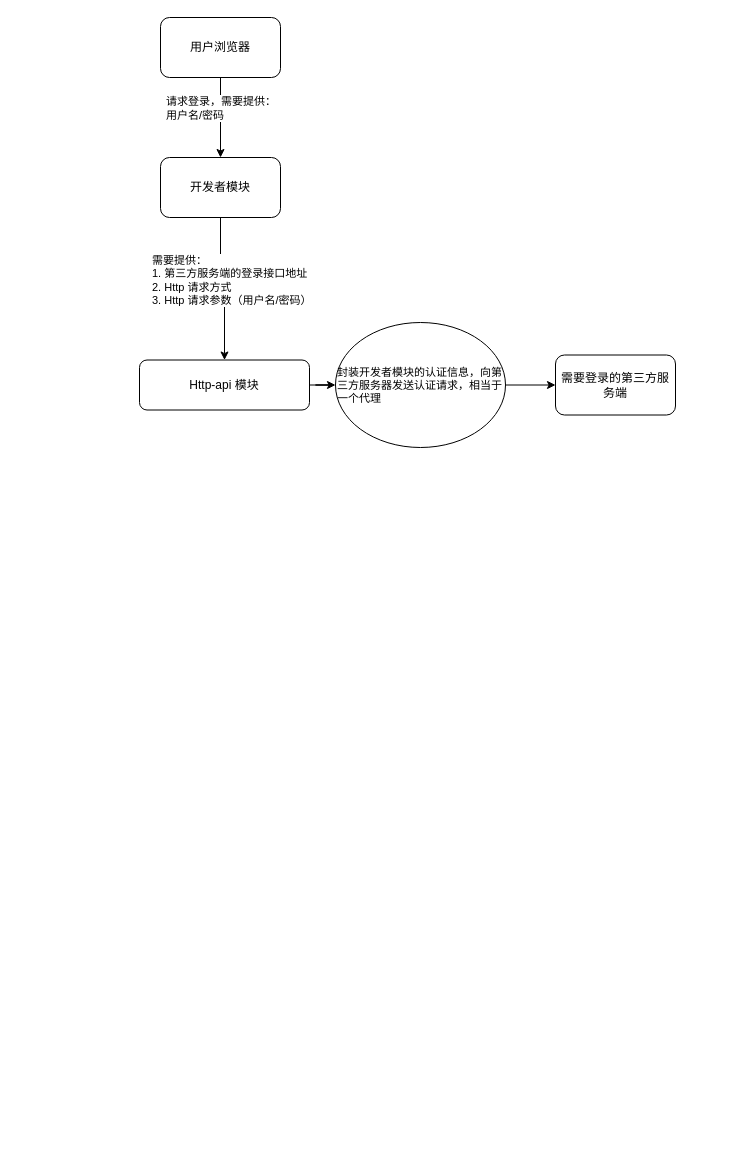
Mvbbb/draw.io-diagrams keeps this draw.io diagram as http-api-design.drawio. Above is the earlier version. Source tidied: cells renumbered, new cells numbered last; positions are measured from the earlier drawing's top-left corner, leaving out a move shared by most shapes. Both pictures are drawn from the tidied source at 100%, with x=0, y=0 at pixel (139, 17).
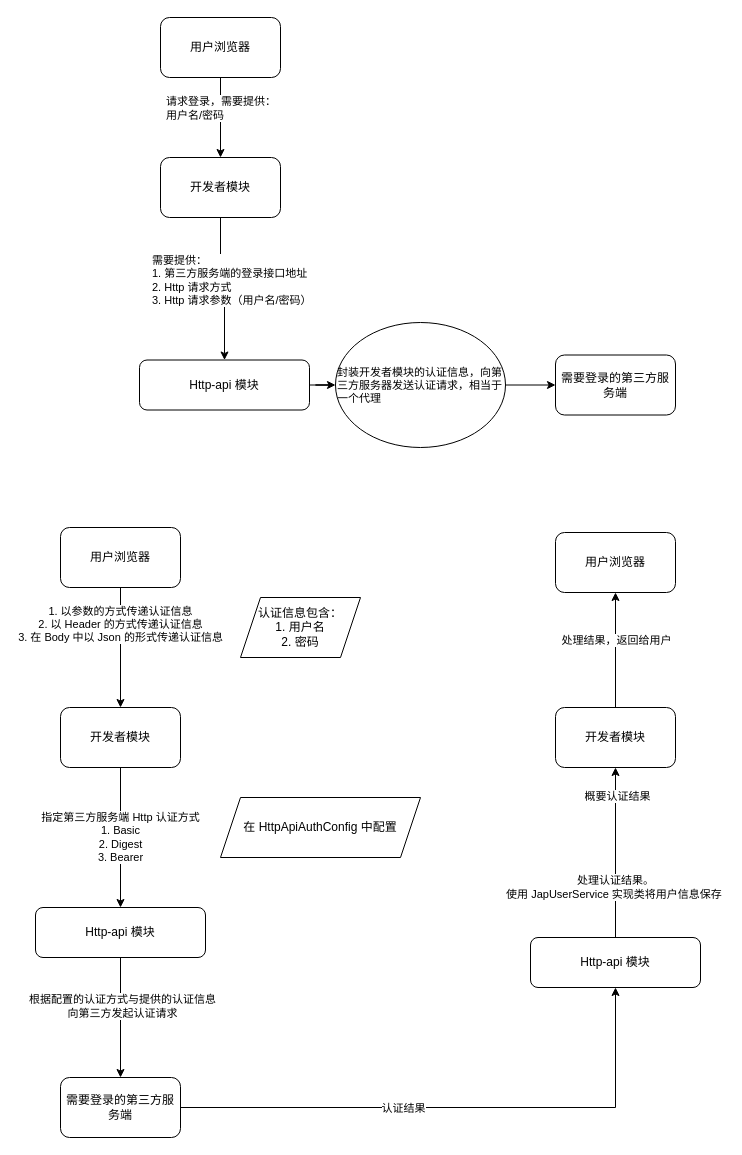
Above is the later version.

The edit, as a diff of the source:
```diff
@@
+    <mxCell id="13" style="edgeStyle=orthogonalEdgeStyle;rounded=0;jettySize=auto;html=1;entryX=0.5;entryY=0;entryDx=0;entryDy=0;" parent="1" edge="1" source="15" target="17">
+      <mxGeometry relative="1" as="geometry" />
+    </mxCell>
+    <mxCell id="14" value="1. 以参数的方式传递认证信息&lt;br&gt;2. 以 Header 的方式传递认证信息&lt;br&gt;3. 在 Body 中以 Json 的形式传递认证信息" style="edgeLabel;html=1;align=center;verticalAlign=middle;" parent="13" vertex="1">
+      <mxGeometry x="-0.4" y="-1" relative="1" as="geometry" />
+    </mxCell>
+    <mxCell id="15" value="用户浏览器" style="rounded=1;whiteSpace=wrap;html=1;" parent="1" vertex="1">
+      <mxGeometry x="-79" y="510" width="120" height="60" as="geometry" />
+    </mxCell>
+    <mxCell id="16" value="指定第三方服务端 Http 认证方式&lt;br&gt;1. Basic&lt;br&gt;2. Digest&lt;br&gt;3. Bearer&lt;br&gt;" style="edgeStyle=orthogonalEdgeStyle;rounded=0;jettySize=auto;html=1;" parent="1" edge="1" source="17" target="20">
+      <mxGeometry relative="1" as="geometry" />
+    </mxCell>
+    <mxCell id="17" value="开发者模块" style="rounded=1;whiteSpace=wrap;html=1;" parent="1" vertex="1">
+      <mxGeometry x="-79" y="690" width="120" height="60" as="geometry" />
+    </mxCell>
+    <mxCell id="18" style="edgeStyle=orthogonalEdgeStyle;rounded=0;jettySize=auto;html=1;" parent="1" edge="1" source="20" target="23">
+      <mxGeometry relative="1" as="geometry" />
+    </mxCell>
+    <mxCell id="19" value="根据配置的认证方式与提供的认证信息&lt;br&gt;向第三方发起认证请求" style="edgeLabel;html=1;align=center;verticalAlign=middle;" parent="18" vertex="1">
+      <mxGeometry x="-0.2" y="1" relative="1" as="geometry" />
+    </mxCell>
+    <mxCell id="20" value="Http-api 模块" style="rounded=1;whiteSpace=wrap;html=1;" parent="1" vertex="1">
+      <mxGeometry x="-104" y="890" width="170" height="50" as="geometry" />
+    </mxCell>
+    <mxCell id="21" style="edgeStyle=orthogonalEdgeStyle;rounded=0;jettySize=auto;html=1;exitX=1;exitY=0.5;exitDx=0;exitDy=0;entryX=0.5;entryY=1;entryDx=0;entryDy=0;" parent="1" edge="1" source="23" target="28">
+      <mxGeometry relative="1" as="geometry" />
+    </mxCell>
+    <mxCell id="22" value="认证结果" style="edgeLabel;html=1;align=center;verticalAlign=middle;" parent="21" vertex="1">
+      <mxGeometry x="-0.19" relative="1" as="geometry">
+        <mxPoint x="-3" as="offset" />
+      </mxGeometry>
+    </mxCell>
+    <mxCell id="23" value="需要登录的第三方服务端" style="rounded=1;whiteSpace=wrap;html=1;" parent="1" vertex="1">
+      <mxGeometry x="-79" y="1060" width="120" height="60" as="geometry" />
+    </mxCell>
+    <mxCell id="24" value="认证信息包含：&lt;br&gt;1. 用户名&lt;br&gt;2. 密码" style="shape=parallelogram;perimeter=parallelogramPerimeter;whiteSpace=wrap;html=1;fixedSize=1;" parent="1" vertex="1">
+      <mxGeometry x="101" y="580" width="120" height="60" as="geometry" />
+    </mxCell>
+    <mxCell id="25" value="在 HttpApiAuthConfig 中配置" style="shape=parallelogram;perimeter=parallelogramPerimeter;whiteSpace=wrap;html=1;fixedSize=1;" parent="1" vertex="1">
+      <mxGeometry x="81" y="780" width="200" height="60" as="geometry" />
+    </mxCell>
+    <mxCell id="26" value="处理认证结果。&lt;br&gt;使用 JapUserService 实现类将用户信息保存&amp;nbsp;" style="edgeStyle=orthogonalEdgeStyle;rounded=0;jettySize=auto;html=1;" parent="1" edge="1" source="28" target="31">
+      <mxGeometry x="-0.41" relative="1" as="geometry" />
+    </mxCell>
+    <mxCell id="27" value="概要认证结果" style="edgeLabel;html=1;align=center;verticalAlign=middle;" parent="26" vertex="1">
+      <mxGeometry x="0.67" y="-1" relative="1" as="geometry" />
+    </mxCell>
+    <mxCell id="28" value="Http-api 模块" style="rounded=1;whiteSpace=wrap;html=1;" parent="1" vertex="1">
+      <mxGeometry x="391" y="920" width="170" height="50" as="geometry" />
+    </mxCell>
+    <mxCell id="29" style="edgeStyle=orthogonalEdgeStyle;rounded=0;jettySize=auto;html=1;entryX=0.5;entryY=1;entryDx=0;entryDy=0;" parent="1" edge="1" source="31" target="32">
+      <mxGeometry relative="1" as="geometry" />
+    </mxCell>
+    <mxCell id="30" value="处理结果，返回给用户" style="edgeLabel;html=1;align=center;verticalAlign=middle;" parent="29" vertex="1">
+      <mxGeometry x="0.18" relative="1" as="geometry" />
+    </mxCell>
+    <mxCell id="31" value="开发者模块" style="rounded=1;whiteSpace=wrap;html=1;" parent="1" vertex="1">
+      <mxGeometry x="416" y="690" width="120" height="60" as="geometry" />
+    </mxCell>
+    <mxCell id="32" value="用户浏览器" style="rounded=1;whiteSpace=wrap;html=1;" parent="1" vertex="1">
+      <mxGeometry x="416" y="515" width="120" height="60" as="geometry" />
+    </mxCell>
```
